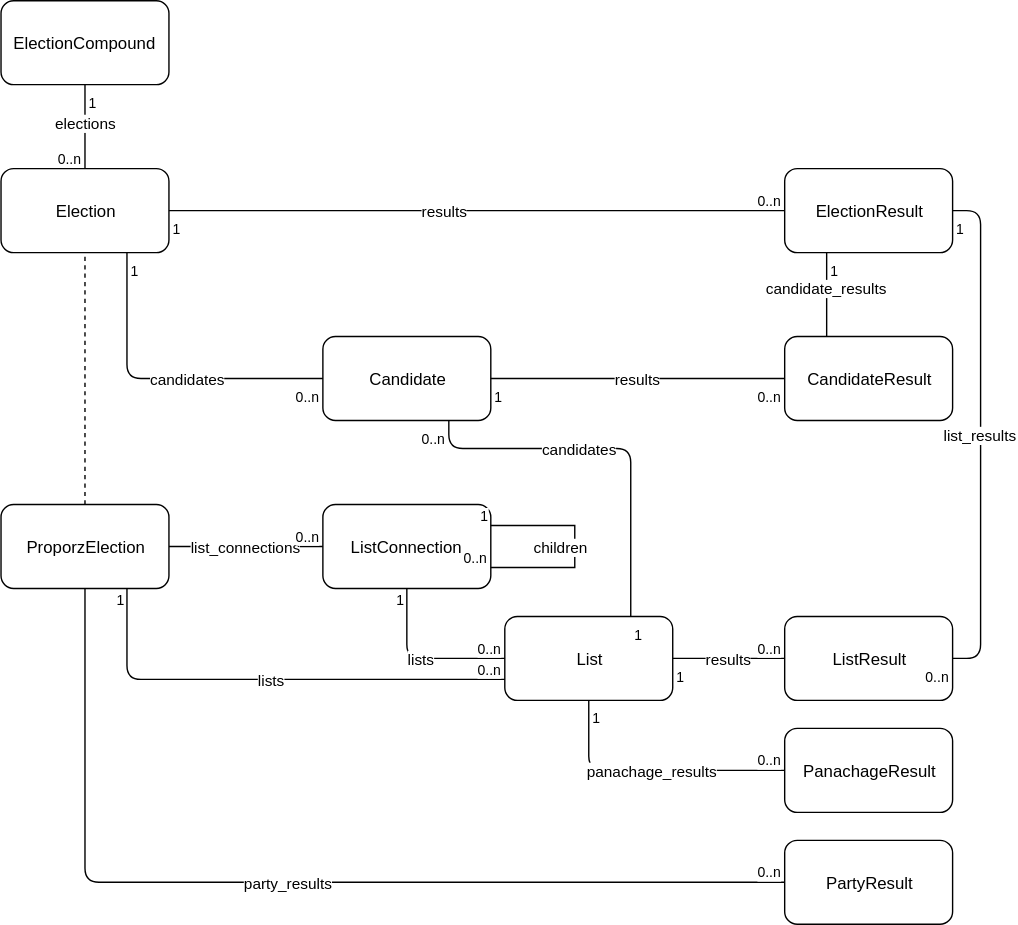
OneGov/onegov.ballot keeps this draw.io diagram as docs/onegov.ballot.election.svg. Above is the earlier version. Source tidied: cells renumbered, new cells last; positions are measured from the earlier drawing's top-left corner, leaving out a move shared by most shapes.
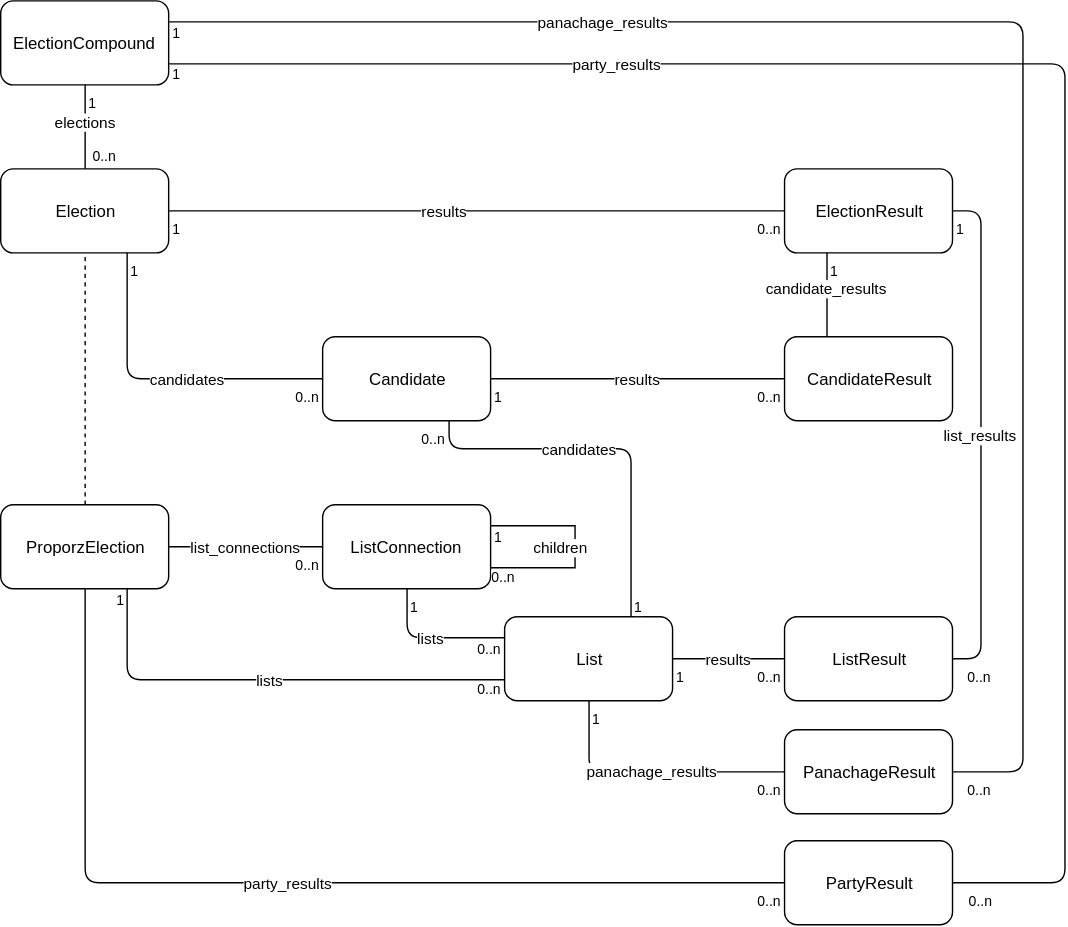
Above is the later version.

Commit message:
Adds panachage results to election compounds

The edit, as a diff of the source:
```diff
@@ -32,9 +32,7 @@
       </mxGeometry>
     </mxCell>
     <mxCell id="11" value="&lt;span&gt;0..n&lt;/span&gt;" style="html=1;align=right;verticalAlign=top;labelBackgroundColor=#ffffff;fontSize=10;" parent="9" vertex="1">
-      <mxGeometry x="1" relative="1" as="geometry">
-        <mxPoint y="-20" as="offset" />
-      </mxGeometry>
+      <mxGeometry x="1" relative="1" as="geometry" />
     </mxCell>
     <mxCell id="12" value="lists" style="endArrow=none;html=1;endSize=12;startArrow=none;startSize=14;startFill=0;edgeStyle=orthogonalEdgeStyle;endFill=0;exitX=0.75;exitY=1;entryX=0;entryY=0.75;" parent="1" edge="1" source="49" target="5">
       <mxGeometry relative="1" as="geometry">
@@ -50,7 +48,7 @@
     </mxCell>
     <mxCell id="14" value="&lt;span&gt;0..n&lt;/span&gt;" style="html=1;align=right;verticalAlign=top;labelBackgroundColor=#ffffff;fontSize=10;" parent="12" vertex="1">
       <mxGeometry x="1" relative="1" as="geometry">
-        <mxPoint y="-20" as="offset" />
+        <mxPoint y="-5.5" as="offset" />
       </mxGeometry>
     </mxCell>
     <mxCell id="15" value="candidates" style="endArrow=none;html=1;endSize=12;startArrow=none;startSize=14;startFill=0;edgeStyle=orthogonalEdgeStyle;endFill=0;entryX=0;entryY=0.5;exitX=0.75;exitY=1;" parent="1" edge="1" source="2" target="6">
@@ -73,9 +71,7 @@
       <mxGeometry x="-1" relative="1" as="geometry" />
     </mxCell>
     <mxCell id="20" value="&lt;span&gt;0..n&lt;/span&gt;" style="html=1;align=right;verticalAlign=top;labelBackgroundColor=#ffffff;fontSize=10;" parent="18" vertex="1">
-      <mxGeometry x="1" relative="1" as="geometry">
-        <mxPoint y="-20" as="offset" />
-      </mxGeometry>
+      <mxGeometry x="1" relative="1" as="geometry" />
     </mxCell>
     <mxCell id="21" value="party_results" style="endArrow=none;html=1;endSize=12;startArrow=none;startSize=14;startFill=0;edgeStyle=orthogonalEdgeStyle;endFill=0;entryX=0;entryY=0.5;exitX=0.5;exitY=1;" parent="1" edge="1" source="49" target="8">
       <mxGeometry relative="1" as="geometry" />
@@ -86,9 +82,7 @@
       </mxGeometry>
     </mxCell>
     <mxCell id="23" value="&lt;span&gt;0..n&lt;/span&gt;" style="html=1;align=right;verticalAlign=top;labelBackgroundColor=#ffffff;fontSize=10;" parent="21" vertex="1">
-      <mxGeometry x="1" relative="1" as="geometry">
-        <mxPoint y="-20" as="offset" />
-      </mxGeometry>
+      <mxGeometry x="1" relative="1" as="geometry" />
     </mxCell>
     <mxCell id="24" value="children" style="endArrow=none;html=1;endSize=12;startArrow=none;startSize=14;startFill=0;edgeStyle=orthogonalEdgeStyle;endFill=0;exitX=1;exitY=0.25;rounded=0;entryX=1;entryY=0.75;" parent="1" edge="1" source="4" target="4">
       <mxGeometry y="-10" relative="1" as="geometry">
@@ -101,25 +95,23 @@
     </mxCell>
     <mxCell id="25" value="1" style="html=1;align=left;verticalAlign=top;labelBackgroundColor=#ffffff;fontSize=10;" parent="24" vertex="1">
       <mxGeometry x="-1" relative="1" as="geometry">
-        <mxPoint x="-10" y="-20" as="offset" />
+        <mxPoint y="-5" as="offset" />
       </mxGeometry>
     </mxCell>
     <mxCell id="26" value="&lt;span&gt;0..n&lt;/span&gt;" style="html=1;align=right;verticalAlign=top;labelBackgroundColor=#ffffff;fontSize=10;" parent="24" vertex="1">
       <mxGeometry x="1" relative="1" as="geometry">
-        <mxPoint y="-20" as="offset" />
+        <mxPoint x="20" y="-5.5" as="offset" />
       </mxGeometry>
     </mxCell>
-    <mxCell id="27" value="lists" style="endArrow=none;html=1;endSize=12;startArrow=none;startSize=14;startFill=0;edgeStyle=orthogonalEdgeStyle;endFill=0;exitX=0.5;exitY=1;entryX=0;entryY=0.5;" parent="1" edge="1" source="4" target="5">
+    <mxCell id="27" value="lists" style="endArrow=none;html=1;endSize=12;startArrow=none;startSize=14;startFill=0;edgeStyle=orthogonalEdgeStyle;endFill=0;exitX=0.5;exitY=1;entryX=0;entryY=0.25;" parent="1" edge="1" source="4" target="5">
       <mxGeometry relative="1" as="geometry" />
     </mxCell>
     <mxCell id="28" value="1" style="html=1;align=left;verticalAlign=top;labelBackgroundColor=#ffffff;fontSize=10;" parent="27" vertex="1">
-      <mxGeometry x="-1" relative="1" as="geometry">
-        <mxPoint x="-10" y="-5" as="offset" />
-      </mxGeometry>
+      <mxGeometry x="-1" relative="1" as="geometry" />
     </mxCell>
     <mxCell id="29" value="&lt;span&gt;0..n&lt;/span&gt;" style="html=1;align=right;verticalAlign=top;labelBackgroundColor=#ffffff;fontSize=10;" parent="27" vertex="1">
       <mxGeometry x="1" relative="1" as="geometry">
-        <mxPoint y="-20" as="offset" />
+        <mxPoint y="-5" as="offset" />
       </mxGeometry>
     </mxCell>
     <mxCell id="30" value="results" style="endArrow=none;html=1;endSize=12;startArrow=none;startSize=14;startFill=0;edgeStyle=orthogonalEdgeStyle;endFill=0;exitX=1;exitY=0.5;entryX=0;entryY=0.5;" parent="1" edge="1" source="5" target="7">
@@ -129,12 +121,10 @@
       <mxGeometry x="-1" relative="1" as="geometry" />
     </mxCell>
     <mxCell id="32" value="&lt;span&gt;0..n&lt;/span&gt;" style="html=1;align=right;verticalAlign=top;labelBackgroundColor=#ffffff;fontSize=10;" parent="30" vertex="1">
-      <mxGeometry x="1" relative="1" as="geometry">
-        <mxPoint y="-20" as="offset" />
-      </mxGeometry>
+      <mxGeometry x="1" relative="1" as="geometry" />
     </mxCell>
     <mxCell id="33" value="PanachageResult" style="rounded=1;whiteSpace=wrap;html=1;" parent="1" vertex="1">
-      <mxGeometry x="560" y="520" width="120" height="60" as="geometry" />
+      <mxGeometry x="560" y="520.7" width="120" height="60" as="geometry" />
     </mxCell>
     <mxCell id="34" value="panachage_results" style="endArrow=none;html=1;endSize=12;startArrow=none;startSize=14;startFill=0;edgeStyle=orthogonalEdgeStyle;endFill=0;entryX=0;entryY=0.5;exitX=0.5;exitY=1;" parent="1" edge="1" source="5" target="33">
       <mxGeometry relative="1" as="geometry" />
@@ -143,9 +133,7 @@
       <mxGeometry x="-1" relative="1" as="geometry" />
     </mxCell>
     <mxCell id="36" value="&lt;span&gt;0..n&lt;/span&gt;" style="html=1;align=right;verticalAlign=top;labelBackgroundColor=#ffffff;fontSize=10;" parent="34" vertex="1">
-      <mxGeometry x="1" relative="1" as="geometry">
-        <mxPoint y="-20" as="offset" />
-      </mxGeometry>
+      <mxGeometry x="1" relative="1" as="geometry" />
     </mxCell>
     <mxCell id="37" value="results" style="endArrow=none;html=1;endSize=12;startArrow=none;startSize=14;startFill=0;edgeStyle=orthogonalEdgeStyle;endFill=0;exitX=1;exitY=0.5;entryX=0;entryY=0.5;" parent="1" edge="1" source="6" target="51">
       <mxGeometry relative="1" as="geometry" />
@@ -168,7 +156,9 @@
       <mxGeometry x="-1" relative="1" as="geometry" />
     </mxCell>
     <mxCell id="42" value="&lt;span&gt;0..n&lt;/span&gt;" style="html=1;align=right;verticalAlign=top;labelBackgroundColor=#ffffff;fontSize=10;" parent="40" vertex="1">
-      <mxGeometry x="1" relative="1" as="geometry" />
+      <mxGeometry x="1" relative="1" as="geometry">
+        <mxPoint x="30" as="offset" />
+      </mxGeometry>
     </mxCell>
     <mxCell id="43" value="candidate_results" style="endArrow=none;html=1;endSize=12;startArrow=none;startSize=14;startFill=0;edgeStyle=orthogonalEdgeStyle;endFill=0;entryX=0.25;entryY=0;exitX=0.25;exitY=1;" parent="1" edge="1" source="3" target="51">
       <mxGeometry x="-0.17" relative="1" as="geometry" />
@@ -188,7 +178,9 @@
       </mxGeometry>
     </mxCell>
     <mxCell id="47" value="1" style="html=1;align=left;verticalAlign=top;labelBackgroundColor=#ffffff;fontSize=10;" parent="46" vertex="1">
-      <mxGeometry x="-1" relative="1" as="geometry" />
+      <mxGeometry x="-1" relative="1" as="geometry">
+        <mxPoint y="-20" as="offset" />
+      </mxGeometry>
     </mxCell>
     <mxCell id="48" value="&lt;span&gt;0..n&lt;/span&gt;" style="html=1;align=right;verticalAlign=top;labelBackgroundColor=#ffffff;fontSize=10;" parent="46" vertex="1">
       <mxGeometry x="1" relative="1" as="geometry" />
@@ -213,8 +205,44 @@
     </mxCell>
     <mxCell id="55" value="&lt;span&gt;0..n&lt;/span&gt;" style="html=1;align=right;verticalAlign=top;labelBackgroundColor=#ffffff;fontSize=10;" parent="53" vertex="1">
       <mxGeometry x="1" relative="1" as="geometry">
-        <mxPoint y="-20" as="offset" />
+        <mxPoint x="24.5" y="-21.5" as="offset" />
       </mxGeometry>
     </mxCell>
+    <mxCell id="56" value="panachage_results" style="endArrow=none;html=1;endSize=12;startArrow=none;startSize=14;startFill=0;edgeStyle=orthogonalEdgeStyle;endFill=0;entryX=1;entryY=0.5;exitX=1;exitY=0.25;" parent="1" edge="1" source="52" target="33">
+      <mxGeometry x="-0.48" relative="1" as="geometry">
+        <Array as="points">
+          <mxPoint x="730" y="15" />
+          <mxPoint x="730" y="550" />
+        </Array>
+      </mxGeometry>
+    </mxCell>
+    <mxCell id="57" value="1" style="html=1;align=left;verticalAlign=top;labelBackgroundColor=#ffffff;fontSize=10;" parent="56" vertex="1">
+      <mxGeometry x="-1" relative="1" as="geometry">
+        <mxPoint y="-5" as="offset" />
+      </mxGeometry>
+    </mxCell>
+    <mxCell id="58" value="&lt;span&gt;0..n&lt;/span&gt;" style="html=1;align=right;verticalAlign=top;labelBackgroundColor=#ffffff;fontSize=10;" parent="56" vertex="1">
+      <mxGeometry x="1" relative="1" as="geometry">
+        <mxPoint x="30" as="offset" />
+      </mxGeometry>
+    </mxCell>
+    <mxCell id="59" value="party_results" style="endArrow=none;html=1;endSize=12;startArrow=none;startSize=14;startFill=0;edgeStyle=orthogonalEdgeStyle;endFill=0;entryX=1;entryY=0.5;exitX=1;exitY=0.75;" parent="1" edge="1" source="52" target="8">
+      <mxGeometry x="-0.51" relative="1" as="geometry">
+        <Array as="points">
+          <mxPoint x="760" y="45" />
+          <mxPoint x="760" y="630" />
+        </Array>
+      </mxGeometry>
+    </mxCell>
+    <mxCell id="60" value="1" style="html=1;align=left;verticalAlign=top;labelBackgroundColor=#ffffff;fontSize=10;" parent="59" vertex="1">
+      <mxGeometry x="-1" relative="1" as="geometry">
+        <mxPoint y="-5.5" as="offset" />
+      </mxGeometry>
+    </mxCell>
+    <mxCell id="61" value="&lt;span&gt;0..n&lt;/span&gt;" style="html=1;align=right;verticalAlign=top;labelBackgroundColor=#ffffff;fontSize=10;" parent="59" vertex="1">
+      <mxGeometry x="1" relative="1" as="geometry">
+        <mxPoint x="30" as="offset" />
+      </mxGeometry>
+    </mxCell>
   </root>
 </mxGraphModel>
```
